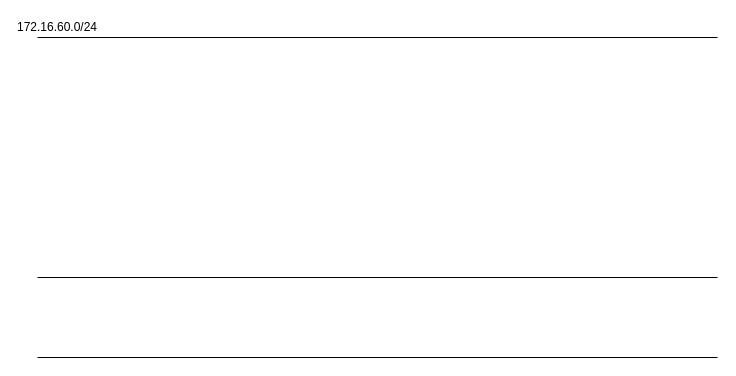
Above: src/ansible-devstack-env/image/coalab-devstack.drawio in 99cloud/lab-openstack (draw.io), before the change. Source tidied: cells renumbered, new cells numbered last; positions are measured from the earlier drawing's top-left corner, leaving out a move shared by most shapes. Both pictures are drawn from the tidied source at 100%, with x=0, y=0 at pixel (37, 17).
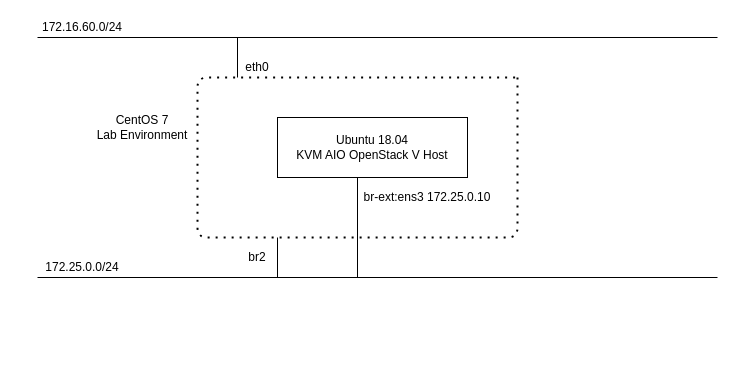
The same diagram, later.

The edit, as a diff of the source:
```diff
@@
-    <mxCell id="4" style="endArrow=none;html=1;" parent="1" edge="1">
-      <mxGeometry relative="1" as="geometry">
-        <mxPoint y="340" as="sourcePoint" />
-        <mxPoint x="680" y="340" as="targetPoint" />
-      </mxGeometry>
-    </mxCell>
     <mxCell id="5" value="172.16.60.0/24" style="text;html=1;strokeColor=none;fillColor=none;align=center;verticalAlign=middle;whiteSpace=wrap;rounded=0;" parent="1" vertex="1">
-      <mxGeometry width="40" height="20" as="geometry" />
+      <mxGeometry width="90" height="20" as="geometry" />
     </mxCell>
+    <mxCell id="6" value="Ubuntu 18.04&lt;br&gt;KVM AIO OpenStack V Host" style="rounded=0;whiteSpace=wrap;html=1;" parent="1" vertex="1">
+      <mxGeometry x="240" y="100" width="190" height="60" as="geometry" />
+    </mxCell>
+    <mxCell id="7" style="endArrow=none;html=1;" parent="1" edge="1">
+      <mxGeometry relative="1" as="geometry">
+        <mxPoint x="320" y="160" as="sourcePoint" />
+        <mxPoint x="320" y="260" as="targetPoint" />
+      </mxGeometry>
+    </mxCell>
+    <mxCell id="8" value="br-ext:ens3&amp;nbsp;172.25.0.10" style="text;html=1;strokeColor=none;fillColor=none;align=center;verticalAlign=middle;whiteSpace=wrap;rounded=0;" parent="1" vertex="1">
+      <mxGeometry x="320" y="170" width="140" height="20" as="geometry" />
+    </mxCell>
+    <mxCell id="9" style="endArrow=none;dashed=1;html=1;dashPattern=1 3;strokeWidth=2;" parent="1" edge="1">
+      <mxGeometry relative="1" as="geometry">
+        <mxPoint x="480" y="60" as="sourcePoint" />
+        <mxPoint x="480" y="60" as="targetPoint" />
+        <Array as="points">
+          <mxPoint x="480" y="220" />
+          <mxPoint x="160" y="220" />
+          <mxPoint x="160" y="60" />
+        </Array>
+      </mxGeometry>
+    </mxCell>
+    <mxCell id="10" style="endArrow=none;html=1;" parent="1" edge="1">
+      <mxGeometry relative="1" as="geometry">
+        <mxPoint x="200" y="60" as="sourcePoint" />
+        <mxPoint x="200" y="20" as="targetPoint" />
+      </mxGeometry>
+    </mxCell>
+    <mxCell id="11" value="eth0" style="text;html=1;strokeColor=none;fillColor=none;align=center;verticalAlign=middle;whiteSpace=wrap;rounded=0;" parent="1" vertex="1">
+      <mxGeometry x="200" y="40" width="40" height="20" as="geometry" />
+    </mxCell>
+    <mxCell id="12" value="CentOS 7&lt;br&gt;Lab Environment" style="text;html=1;strokeColor=none;fillColor=none;align=center;verticalAlign=middle;whiteSpace=wrap;rounded=0;" parent="1" vertex="1">
+      <mxGeometry x="50" y="100" width="110" height="20" as="geometry" />
+    </mxCell>
+    <mxCell id="13" style="endArrow=none;html=1;" parent="1" edge="1">
+      <mxGeometry relative="1" as="geometry">
+        <mxPoint x="240" y="260" as="sourcePoint" />
+        <mxPoint x="240" y="220" as="targetPoint" />
+      </mxGeometry>
+    </mxCell>
+    <mxCell id="14" value="br2" style="text;html=1;strokeColor=none;fillColor=none;align=center;verticalAlign=middle;whiteSpace=wrap;rounded=0;" parent="1" vertex="1">
+      <mxGeometry x="200" y="230" width="40" height="20" as="geometry" />
+    </mxCell>
+    <mxCell id="15" value="172.25.0.0/24" style="text;html=1;strokeColor=none;fillColor=none;align=center;verticalAlign=middle;whiteSpace=wrap;rounded=0;" parent="1" vertex="1">
+      <mxGeometry y="240" width="90" height="20" as="geometry" />
+    </mxCell>
```
